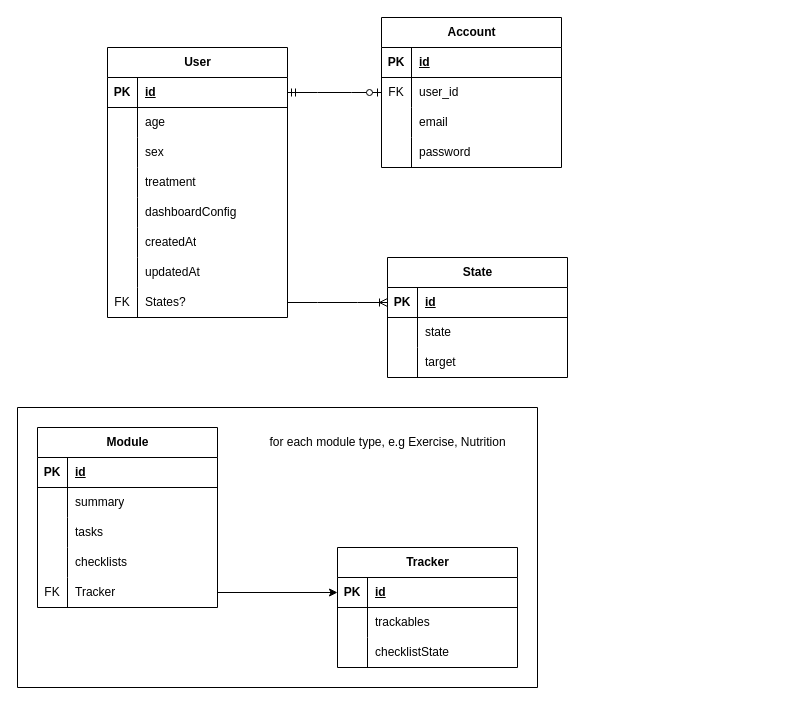
Earlier version of the draw.io diagram database_diagram.drawio (checkpoint214159/MGC2025). Source tidied: cells renumbered, new cells numbered last; positions are measured from the earlier drawing's top-left corner, leaving out a move shared by most shapes. Both pictures are drawn from the tidied source at 100%, with x=0, y=0 at pixel (17, 17).
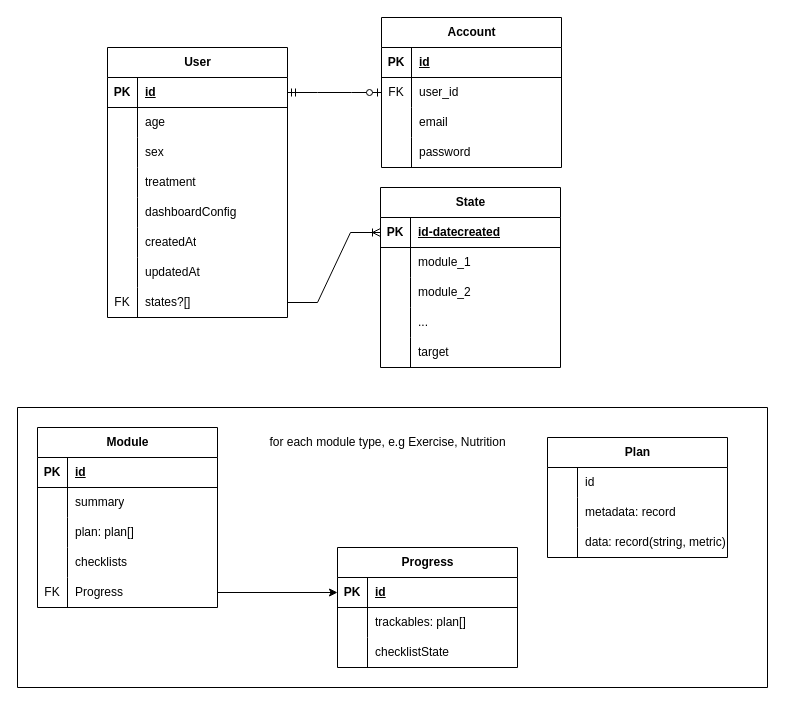
After the change.

Unchanged cells that the change refers to:
```xml
<mxCell id="24" style="shape=tableRow;horizontal=0;startSize=0;swimlaneHead=0;swimlaneBody=0;fillColor=none;points=[[0,0.5],[1,0.5]];portConstraint=eastwest;top=0;left=0;right=0;bottom=0;" parent="2" vertex="1">
  <mxGeometry y="240" width="180" height="30" as="geometry" />
</mxCell>
<mxCell id="42" style="shape=tableRow;horizontal=0;startSize=0;swimlaneHead=0;swimlaneBody=0;fillColor=none;points=[[0,0.5],[1,0.5]];portConstraint=eastwest;top=0;left=0;right=0;bottom=1;" parent="41" vertex="1">
  <mxGeometry y="30" width="180" height="30" as="geometry" />
</mxCell>
<mxCell id="45" style="shape=tableRow;horizontal=0;startSize=0;swimlaneHead=0;swimlaneBody=0;fillColor=none;top=0;left=0;right=0;bottom=0;" parent="41" vertex="1">
  <mxGeometry y="60" width="180" height="30" as="geometry" />
</mxCell>
<mxCell id="59" style="shape=tableRow;horizontal=0;startSize=0;swimlaneHead=0;swimlaneBody=0;fillColor=none;top=0;left=0;right=0;bottom=0;" parent="52" vertex="1">
  <mxGeometry y="90" width="180" height="30" as="geometry" />
</mxCell>
<mxCell id="65" style="shape=tableRow;horizontal=0;startSize=0;swimlaneHead=0;swimlaneBody=0;fillColor=none;points=[[0,0.5],[1,0.5]];portConstraint=eastwest;top=0;left=0;right=0;bottom=0;" parent="52" vertex="1">
  <mxGeometry y="150" width="180" height="30" as="geometry" />
</mxCell>
<mxCell id="72" style="shape=tableRow;horizontal=0;startSize=0;swimlaneHead=0;swimlaneBody=0;fillColor=none;top=0;left=0;right=0;bottom=0;" parent="68" vertex="1">
  <mxGeometry y="60" width="180" height="30" as="geometry" />
</mxCell>
```

Diff of the diagram source:
```diff
@@
-    <mxCell id="26" value="States?" style="shape=partialRectangle;fillColor=none;top=0;left=0;bottom=0;right=0;align=left;spacingLeft=6;overflow=hidden;whiteSpace=wrap;html=1;" parent="24" vertex="1">
+    <mxCell id="26" value="states?[]" style="shape=partialRectangle;fillColor=none;top=0;left=0;bottom=0;right=0;align=left;spacingLeft=6;overflow=hidden;whiteSpace=wrap;html=1;" parent="24" vertex="1">
       <mxGeometry x="30" width="150" height="30" as="geometry" />
     </mxCell>
@@
     <mxCell id="41" value="State" style="shape=table;startSize=30;childLayout=tableLayout;rowLines=0;fontStyle=1;align=center;html=1;" parent="1" vertex="1">
-      <mxGeometry x="370" y="240" width="180" height="120" as="geometry" />
+      <mxGeometry x="363" y="170" width="180" height="180" as="geometry" />
     </mxCell>
@@
-    <mxCell id="44" value="id" style="shape=partialRectangle;fillColor=none;top=0;left=0;bottom=0;right=0;align=left;spacingLeft=6;fontStyle=5;overflow=hidden;whiteSpace=wrap;html=1;" parent="42" vertex="1">
+    <mxCell id="44" value="id-datecreated" style="shape=partialRectangle;fillColor=none;top=0;left=0;bottom=0;right=0;align=left;spacingLeft=6;fontStyle=5;overflow=hidden;whiteSpace=wrap;html=1;" parent="42" vertex="1">
       <mxGeometry x="30" width="150" height="30" as="geometry" />
     </mxCell>
@@
-    <mxCell id="47" value="state" style="shape=partialRectangle;fillColor=none;top=0;left=0;bottom=0;right=0;align=left;spacingLeft=6;overflow=hidden;whiteSpace=wrap;html=1;" parent="45" vertex="1">
+    <mxCell id="47" value="module_1" style="shape=partialRectangle;fillColor=none;top=0;left=0;bottom=0;right=0;align=left;spacingLeft=6;overflow=hidden;whiteSpace=wrap;html=1;" parent="45" vertex="1">
       <mxGeometry x="30" width="150" height="30" as="geometry" />
     </mxCell>
+    <mxCell id="81" style="shape=tableRow;horizontal=0;startSize=0;swimlaneHead=0;swimlaneBody=0;fillColor=none;top=0;left=0;right=0;bottom=0;" parent="41" vertex="1">
+      <mxGeometry y="90" width="180" height="30" as="geometry" />
+    </mxCell>
+    <mxCell id="82" style="shape=partialRectangle;fillColor=none;top=0;left=0;bottom=0;right=0;overflow=hidden;whiteSpace=wrap;html=1;" parent="81" vertex="1">
+      <mxGeometry width="30" height="30" as="geometry" />
+    </mxCell>
+    <mxCell id="83" value="module_2" style="shape=partialRectangle;fillColor=none;top=0;left=0;bottom=0;right=0;align=left;spacingLeft=6;overflow=hidden;whiteSpace=wrap;html=1;" parent="81" vertex="1">
+      <mxGeometry x="30" width="150" height="30" as="geometry" />
+    </mxCell>
+    <mxCell id="84" style="shape=tableRow;horizontal=0;startSize=0;swimlaneHead=0;swimlaneBody=0;fillColor=none;top=0;left=0;right=0;bottom=0;" parent="41" vertex="1">
+      <mxGeometry y="120" width="180" height="30" as="geometry" />
+    </mxCell>
+    <mxCell id="85" style="shape=partialRectangle;fillColor=none;top=0;left=0;bottom=0;right=0;overflow=hidden;whiteSpace=wrap;html=1;" parent="84" vertex="1">
+      <mxGeometry width="30" height="30" as="geometry" />
+    </mxCell>
+    <mxCell id="86" value="..." style="shape=partialRectangle;fillColor=none;top=0;left=0;bottom=0;right=0;align=left;spacingLeft=6;overflow=hidden;whiteSpace=wrap;html=1;" parent="84" vertex="1">
+      <mxGeometry x="30" width="150" height="30" as="geometry" />
+    </mxCell>
     <mxCell id="48" style="shape=tableRow;horizontal=0;startSize=0;swimlaneHead=0;swimlaneBody=0;fillColor=none;top=0;left=0;right=0;bottom=0;" parent="41" vertex="1">
-      <mxGeometry y="90" width="180" height="30" as="geometry" />
+      <mxGeometry y="150" width="180" height="30" as="geometry" />
     </mxCell>
@@
-    <mxCell id="61" value="tasks" style="shape=partialRectangle;fillColor=none;top=0;left=0;bottom=0;right=0;align=left;spacingLeft=6;overflow=hidden;whiteSpace=wrap;html=1;" parent="59" vertex="1">
+    <mxCell id="61" value="plan: plan[]" style="shape=partialRectangle;fillColor=none;top=0;left=0;bottom=0;right=0;align=left;spacingLeft=6;overflow=hidden;whiteSpace=wrap;html=1;" parent="59" vertex="1">
       <mxGeometry x="30" width="150" height="30" as="geometry" />
     </mxCell>
@@
-    <mxCell id="67" value="Tracker" style="shape=partialRectangle;fillColor=none;top=0;left=0;bottom=0;right=0;align=left;spacingLeft=6;overflow=hidden;whiteSpace=wrap;html=1;" parent="65" vertex="1">
+    <mxCell id="67" value="Progress" style="shape=partialRectangle;fillColor=none;top=0;left=0;bottom=0;right=0;align=left;spacingLeft=6;overflow=hidden;whiteSpace=wrap;html=1;" parent="65" vertex="1">
       <mxGeometry x="30" width="150" height="30" as="geometry" />
     </mxCell>
-    <mxCell id="68" value="Tracker" style="shape=table;startSize=30;childLayout=tableLayout;rowLines=0;fontStyle=1;align=center;html=1;" parent="1" vertex="1">
+    <mxCell id="68" value="Progress" style="shape=table;startSize=30;childLayout=tableLayout;rowLines=0;fontStyle=1;align=center;html=1;" parent="1" vertex="1">
       <mxGeometry x="320" y="530" width="180" height="120" as="geometry" />
     </mxCell>
@@
-    <mxCell id="74" value="trackables" style="shape=partialRectangle;fillColor=none;top=0;left=0;bottom=0;right=0;align=left;spacingLeft=6;overflow=hidden;whiteSpace=wrap;html=1;" parent="72" vertex="1">
+    <mxCell id="74" value="trackables: plan[]" style="shape=partialRectangle;fillColor=none;top=0;left=0;bottom=0;right=0;align=left;spacingLeft=6;overflow=hidden;whiteSpace=wrap;html=1;" parent="72" vertex="1">
       <mxGeometry x="30" width="150" height="30" as="geometry" />
     </mxCell>
@@
     <mxCell id="79" style="swimlane;startSize=0;" parent="1" vertex="1">
-      <mxGeometry y="390" width="520" height="280" as="geometry" />
+      <mxGeometry y="390" width="750" height="280" as="geometry" />
     </mxCell>
@@
+    <mxCell id="87" value="Plan" style="shape=table;startSize=30;childLayout=tableLayout;rowLines=0;fontStyle=1;align=center;html=1;" parent="79" vertex="1">
+      <mxGeometry x="530" y="30" width="180" height="120" as="geometry" />
+    </mxCell>
+    <mxCell id="88" style="shape=tableRow;horizontal=0;startSize=0;swimlaneHead=0;swimlaneBody=0;fillColor=none;top=0;left=0;right=0;bottom=0;" parent="87" vertex="1">
+      <mxGeometry y="30" width="180" height="30" as="geometry" />
+    </mxCell>
+    <mxCell id="89" style="shape=partialRectangle;fillColor=none;top=0;left=0;bottom=0;right=0;overflow=hidden;whiteSpace=wrap;html=1;" parent="88" vertex="1">
+      <mxGeometry width="30" height="30" as="geometry" />
+    </mxCell>
+    <mxCell id="90" value="id" style="shape=partialRectangle;fillColor=none;top=0;left=0;bottom=0;right=0;align=left;spacingLeft=6;overflow=hidden;whiteSpace=wrap;html=1;" parent="88" vertex="1">
+      <mxGeometry x="30" width="150" height="30" as="geometry" />
+    </mxCell>
+    <mxCell id="91" style="shape=tableRow;horizontal=0;startSize=0;swimlaneHead=0;swimlaneBody=0;fillColor=none;top=0;left=0;right=0;bottom=0;" parent="87" vertex="1">
+      <mxGeometry y="60" width="180" height="30" as="geometry" />
+    </mxCell>
+    <mxCell id="92" style="shape=partialRectangle;fillColor=none;top=0;left=0;bottom=0;right=0;overflow=hidden;whiteSpace=wrap;html=1;" parent="91" vertex="1">
+      <mxGeometry width="30" height="30" as="geometry" />
+    </mxCell>
+    <mxCell id="93" value="metadata: record" style="shape=partialRectangle;fillColor=none;top=0;left=0;bottom=0;right=0;align=left;spacingLeft=6;overflow=hidden;whiteSpace=wrap;html=1;" parent="91" vertex="1">
+      <mxGeometry x="30" width="150" height="30" as="geometry" />
+    </mxCell>
+    <mxCell id="94" style="shape=tableRow;horizontal=0;startSize=0;swimlaneHead=0;swimlaneBody=0;fillColor=none;top=0;left=0;right=0;bottom=0;" parent="87" vertex="1">
+      <mxGeometry y="90" width="180" height="30" as="geometry" />
+    </mxCell>
+    <mxCell id="95" style="shape=partialRectangle;fillColor=none;top=0;left=0;bottom=0;right=0;overflow=hidden;whiteSpace=wrap;html=1;" parent="94" vertex="1">
+      <mxGeometry width="30" height="30" as="geometry" />
+    </mxCell>
+    <mxCell id="96" value="data: record(string, metric)" style="shape=partialRectangle;fillColor=none;top=0;left=0;bottom=0;right=0;align=left;spacingLeft=6;overflow=hidden;whiteSpace=wrap;html=1;" parent="94" vertex="1">
+      <mxGeometry x="30" width="150" height="30" as="geometry" />
+    </mxCell>
```
